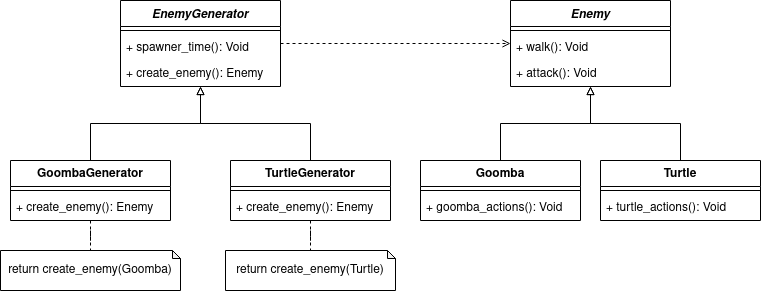
This is ETS/unidad-07/tareas/tarea04/diagram.drawio.png from JesusLugo2002/1DAW, a draw.io export, as it was before one commit. Source tidied: cells renumbered, new cells last; positions are measured from the earlier drawing's top-left corner, leaving out a move shared by most shapes. Source of this version:
```xml
<mxGraphModel>
  <root>
    <mxCell id="0" />
    <mxCell id="1" parent="0" />
    <mxCell id="2" style="edgeStyle=orthogonalEdgeStyle;rounded=0;jettySize=auto;html=1;dashed=1;endArrow=open;endFill=0;" parent="1" edge="1" source="3" target="7">
      <mxGeometry relative="1" as="geometry" />
    </mxCell>
    <mxCell id="3" value="EnemyGenerator" style="swimlane;fontStyle=3;align=center;verticalAlign=top;horizontal=1;startSize=26;whiteSpace=wrap;html=1;" parent="1" vertex="1">
      <mxGeometry x="120" width="160" height="86" as="geometry" />
    </mxCell>
    <mxCell id="4" style="line;strokeWidth=1;fillColor=none;align=left;verticalAlign=middle;spacingTop=-1;spacingLeft=3;spacingRight=3;labelPosition=right;strokeColor=inherit;" parent="3" vertex="1">
      <mxGeometry y="26" width="160" height="8" as="geometry" />
    </mxCell>
    <mxCell id="5" value="+ spawner_time(): Void" style="text;strokeColor=none;fillColor=none;align=left;verticalAlign=top;spacingLeft=4;spacingRight=4;overflow=hidden;whiteSpace=wrap;html=1;" parent="3" vertex="1">
      <mxGeometry y="34" width="160" height="26" as="geometry" />
    </mxCell>
    <mxCell id="6" value="+ create_enemy(): Enemy" style="text;strokeColor=none;fillColor=none;align=left;verticalAlign=top;spacingLeft=4;spacingRight=4;overflow=hidden;whiteSpace=wrap;html=1;" parent="3" vertex="1">
      <mxGeometry y="60" width="160" height="26" as="geometry" />
    </mxCell>
    <mxCell id="7" value="Enemy" style="swimlane;fontStyle=3;align=center;verticalAlign=top;horizontal=1;startSize=26;whiteSpace=wrap;html=1;" parent="1" vertex="1">
      <mxGeometry x="510" width="160" height="86" as="geometry" />
    </mxCell>
    <mxCell id="8" style="line;strokeWidth=1;fillColor=none;align=left;verticalAlign=middle;spacingTop=-1;spacingLeft=3;spacingRight=3;labelPosition=right;strokeColor=inherit;" parent="7" vertex="1">
      <mxGeometry y="26" width="160" height="8" as="geometry" />
    </mxCell>
    <mxCell id="9" value="+ walk(): Void" style="text;strokeColor=none;fillColor=none;align=left;verticalAlign=top;spacingLeft=4;spacingRight=4;overflow=hidden;whiteSpace=wrap;html=1;" parent="7" vertex="1">
      <mxGeometry y="34" width="160" height="26" as="geometry" />
    </mxCell>
    <mxCell id="10" value="+ attack(): Void" style="text;strokeColor=none;fillColor=none;align=left;verticalAlign=top;spacingLeft=4;spacingRight=4;overflow=hidden;whiteSpace=wrap;html=1;" parent="7" vertex="1">
      <mxGeometry y="60" width="160" height="26" as="geometry" />
    </mxCell>
    <mxCell id="11" style="edgeStyle=orthogonalEdgeStyle;rounded=0;jettySize=auto;html=1;endArrow=block;endFill=0;" parent="1" edge="1" source="13" target="3">
      <mxGeometry relative="1" as="geometry" />
    </mxCell>
    <mxCell id="12" style="edgeStyle=orthogonalEdgeStyle;rounded=0;jettySize=auto;html=1;endArrow=none;endFill=0;dashed=1;" parent="1" edge="1" source="13" target="22">
      <mxGeometry relative="1" as="geometry" />
    </mxCell>
    <mxCell id="13" value="GoombaGenerator" style="swimlane;fontStyle=1;align=center;verticalAlign=top;horizontal=1;startSize=26;whiteSpace=wrap;html=1;" parent="1" vertex="1">
      <mxGeometry x="10" y="160" width="160" height="60" as="geometry" />
    </mxCell>
    <mxCell id="14" style="line;strokeWidth=1;fillColor=none;align=left;verticalAlign=middle;spacingTop=-1;spacingLeft=3;spacingRight=3;labelPosition=right;strokeColor=inherit;" parent="13" vertex="1">
      <mxGeometry y="26" width="160" height="8" as="geometry" />
    </mxCell>
    <mxCell id="15" value="+ create_enemy(): Enemy" style="text;strokeColor=none;fillColor=none;align=left;verticalAlign=top;spacingLeft=4;spacingRight=4;overflow=hidden;whiteSpace=wrap;html=1;" parent="13" vertex="1">
      <mxGeometry y="34" width="160" height="26" as="geometry" />
    </mxCell>
    <mxCell id="16" style="edgeStyle=orthogonalEdgeStyle;rounded=0;jettySize=auto;html=1;endArrow=block;endFill=0;" parent="1" edge="1" source="18" target="3">
      <mxGeometry relative="1" as="geometry" />
    </mxCell>
    <mxCell id="17" style="edgeStyle=orthogonalEdgeStyle;rounded=0;jettySize=auto;html=1;endArrow=none;endFill=0;dashed=1;" parent="1" edge="1" source="18" target="21">
      <mxGeometry relative="1" as="geometry" />
    </mxCell>
    <mxCell id="18" value="TurtleGenerator" style="swimlane;fontStyle=1;align=center;verticalAlign=top;horizontal=1;startSize=26;whiteSpace=wrap;html=1;" parent="1" vertex="1">
      <mxGeometry x="230" y="160" width="160" height="60" as="geometry" />
    </mxCell>
    <mxCell id="19" style="line;strokeWidth=1;fillColor=none;align=left;verticalAlign=middle;spacingTop=-1;spacingLeft=3;spacingRight=3;labelPosition=right;strokeColor=inherit;" parent="18" vertex="1">
      <mxGeometry y="26" width="160" height="8" as="geometry" />
    </mxCell>
    <mxCell id="20" value="+ create_enemy(): Enemy" style="text;strokeColor=none;fillColor=none;align=left;verticalAlign=top;spacingLeft=4;spacingRight=4;overflow=hidden;whiteSpace=wrap;html=1;" parent="18" vertex="1">
      <mxGeometry y="34" width="160" height="26" as="geometry" />
    </mxCell>
    <mxCell id="21" value="return create_enemy(Turtle)" style="shape=note;whiteSpace=wrap;html=1;backgroundOutline=1;darkOpacity=0.05;size=8;" parent="1" vertex="1">
      <mxGeometry x="225" y="250" width="170" height="40" as="geometry" />
    </mxCell>
    <mxCell id="22" value="return create_enemy(Goomba)" style="shape=note;whiteSpace=wrap;html=1;backgroundOutline=1;darkOpacity=0.05;size=8;" parent="1" vertex="1">
      <mxGeometry y="250" width="180" height="40" as="geometry" />
    </mxCell>
    <mxCell id="23" style="edgeStyle=orthogonalEdgeStyle;rounded=0;jettySize=auto;html=1;endArrow=block;endFill=0;" parent="1" edge="1" source="24" target="7">
      <mxGeometry relative="1" as="geometry" />
    </mxCell>
    <mxCell id="24" value="Goomba" style="swimlane;fontStyle=1;align=center;verticalAlign=top;horizontal=1;startSize=26;whiteSpace=wrap;html=1;" parent="1" vertex="1">
      <mxGeometry x="420" y="160" width="160" height="60" as="geometry" />
    </mxCell>
    <mxCell id="25" style="line;strokeWidth=1;fillColor=none;align=left;verticalAlign=middle;spacingTop=-1;spacingLeft=3;spacingRight=3;labelPosition=right;strokeColor=inherit;" parent="24" vertex="1">
      <mxGeometry y="26" width="160" height="8" as="geometry" />
    </mxCell>
    <mxCell id="26" value="+ goomba_actions(): Void" style="text;strokeColor=none;fillColor=none;align=left;verticalAlign=top;spacingLeft=4;spacingRight=4;overflow=hidden;whiteSpace=wrap;html=1;" parent="24" vertex="1">
      <mxGeometry y="34" width="160" height="26" as="geometry" />
    </mxCell>
    <mxCell id="27" style="edgeStyle=orthogonalEdgeStyle;rounded=0;jettySize=auto;html=1;endArrow=block;endFill=0;" parent="1" edge="1" source="28" target="7">
      <mxGeometry relative="1" as="geometry" />
    </mxCell>
    <mxCell id="28" value="Turtle" style="swimlane;fontStyle=1;align=center;verticalAlign=top;horizontal=1;startSize=26;whiteSpace=wrap;html=1;" parent="1" vertex="1">
      <mxGeometry x="600" y="160" width="160" height="60" as="geometry" />
    </mxCell>
    <mxCell id="29" style="line;strokeWidth=1;fillColor=none;align=left;verticalAlign=middle;spacingTop=-1;spacingLeft=3;spacingRight=3;labelPosition=right;strokeColor=inherit;" parent="28" vertex="1">
      <mxGeometry y="26" width="160" height="8" as="geometry" />
    </mxCell>
    <mxCell id="30" value="+ turtle_actions(): Void" style="text;strokeColor=none;fillColor=none;align=left;verticalAlign=top;spacingLeft=4;spacingRight=4;overflow=hidden;whiteSpace=wrap;html=1;" parent="28" vertex="1">
      <mxGeometry y="34" width="160" height="26" as="geometry" />
    </mxCell>
  </root>
</mxGraphModel>
```
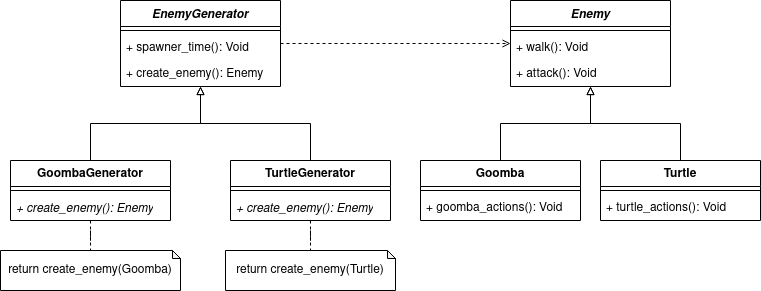
Later version of the same file.

What changed in the source:
```diff
@@ -41,7 +41,7 @@
     <mxCell id="14" style="line;strokeWidth=1;fillColor=none;align=left;verticalAlign=middle;spacingTop=-1;spacingLeft=3;spacingRight=3;labelPosition=right;strokeColor=inherit;" parent="13" vertex="1">
       <mxGeometry y="26" width="160" height="8" as="geometry" />
     </mxCell>
-    <mxCell id="15" value="+ create_enemy(): Enemy" style="text;strokeColor=none;fillColor=none;align=left;verticalAlign=top;spacingLeft=4;spacingRight=4;overflow=hidden;whiteSpace=wrap;html=1;" parent="13" vertex="1">
+    <mxCell id="15" value="+ create_enemy(): Enemy" style="text;strokeColor=none;fillColor=none;align=left;verticalAlign=top;spacingLeft=4;spacingRight=4;overflow=hidden;whiteSpace=wrap;html=1;fontStyle=2;" parent="13" vertex="1">
       <mxGeometry y="34" width="160" height="26" as="geometry" />
     </mxCell>
     <mxCell id="16" style="edgeStyle=orthogonalEdgeStyle;rounded=0;jettySize=auto;html=1;endArrow=block;endFill=0;" parent="1" edge="1" source="18" target="3">
@@ -56,7 +56,7 @@
     <mxCell id="19" style="line;strokeWidth=1;fillColor=none;align=left;verticalAlign=middle;spacingTop=-1;spacingLeft=3;spacingRight=3;labelPosition=right;strokeColor=inherit;" parent="18" vertex="1">
       <mxGeometry y="26" width="160" height="8" as="geometry" />
     </mxCell>
-    <mxCell id="20" value="+ create_enemy(): Enemy" style="text;strokeColor=none;fillColor=none;align=left;verticalAlign=top;spacingLeft=4;spacingRight=4;overflow=hidden;whiteSpace=wrap;html=1;" parent="18" vertex="1">
+    <mxCell id="20" value="+ create_enemy(): Enemy" style="text;strokeColor=none;fillColor=none;align=left;verticalAlign=top;spacingLeft=4;spacingRight=4;overflow=hidden;whiteSpace=wrap;html=1;fontStyle=2;" parent="18" vertex="1">
       <mxGeometry y="34" width="160" height="26" as="geometry" />
     </mxCell>
     <mxCell id="21" value="return create_enemy(Turtle)" style="shape=note;whiteSpace=wrap;html=1;backgroundOutline=1;darkOpacity=0.05;size=8;" parent="1" vertex="1">
```
